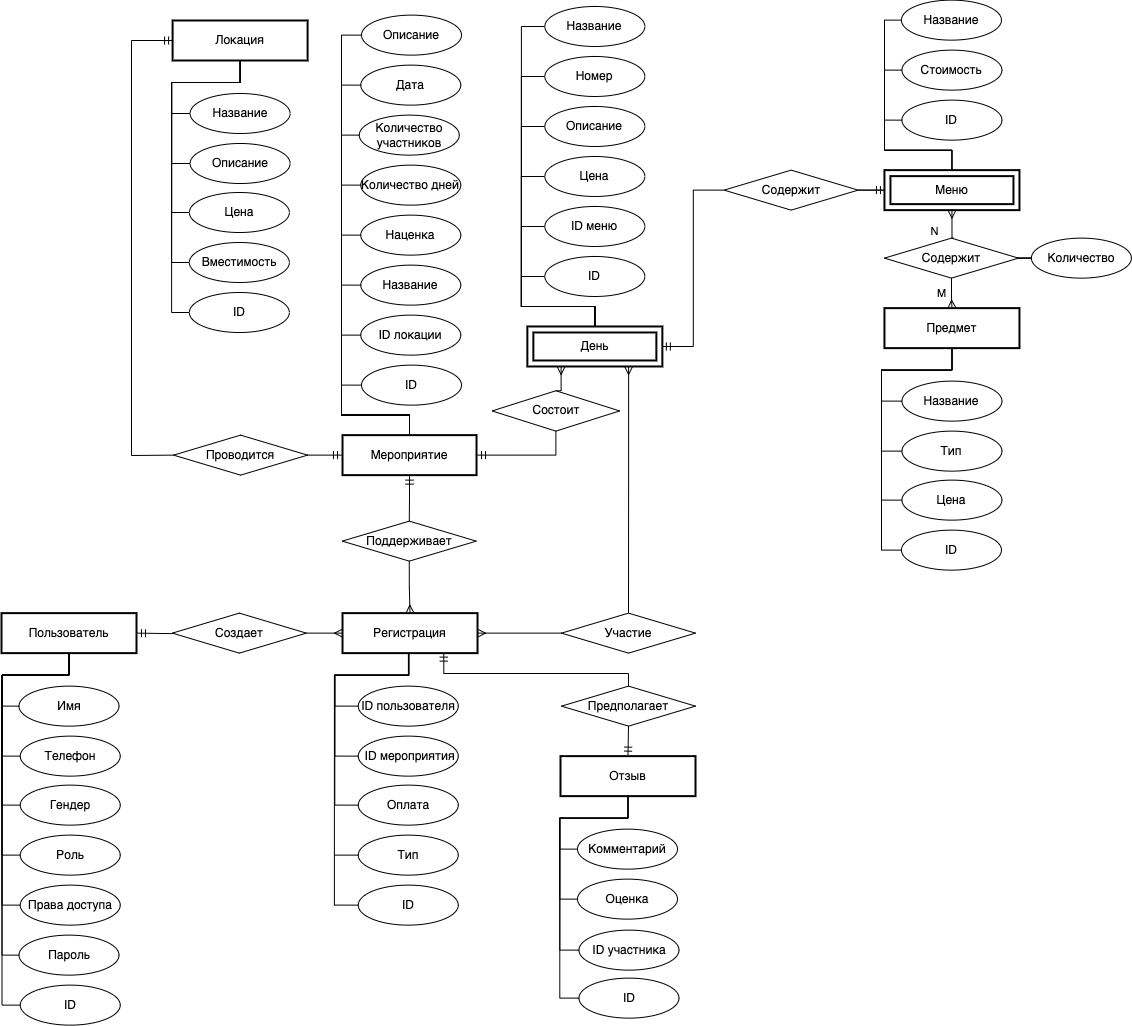
This is docs/database/v1/images/er.png from Kori-Tamashi/Eventor, a draw.io export, as it was before one commit. Source tidied: cells renumbered, new cells last; positions are measured from the earlier drawing's top-left corner, leaving out a move shared by most shapes.
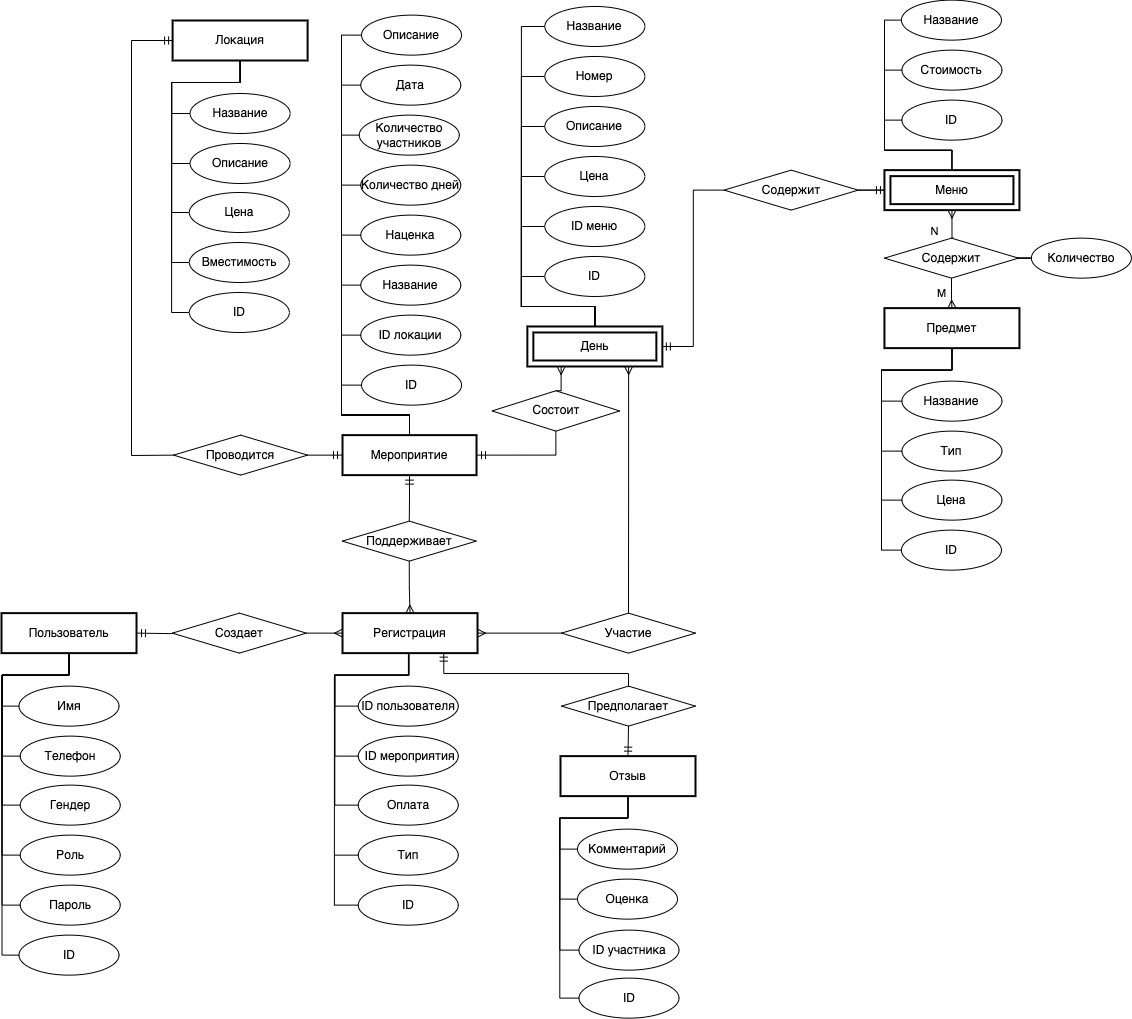
After the commit.

Change to the diagram source:
```diff
@@ -178,15 +178,6 @@
         </Array>
       </mxGeometry>
     </mxCell>
-    <mxCell id="35" style="edgeStyle=orthogonalEdgeStyle;rounded=0;jettySize=auto;html=1;entryX=0;entryY=0.5;entryDx=0;entryDy=0;endArrow=none;endFill=0;" parent="1" edge="1" source="42" target="49">
-      <mxGeometry relative="1" as="geometry">
-        <Array as="points">
-          <mxPoint x="67.5" y="674.6" />
-          <mxPoint x="0.5" y="674.6" />
-          <mxPoint x="0.5" y="1004.6" />
-        </Array>
-      </mxGeometry>
-    </mxCell>
     <mxCell id="36" style="edgeStyle=orthogonalEdgeStyle;rounded=0;jettySize=auto;html=1;entryX=0;entryY=0.5;entryDx=0;entryDy=0;endArrow=none;endFill=0;" parent="1" edge="1" source="42" target="48">
       <mxGeometry relative="1" as="geometry">
         <Array as="points">
@@ -256,15 +247,12 @@
     <mxCell id="46" value="Роль" style="ellipse;whiteSpace=wrap;html=1;align=center;" parent="1" vertex="1">
       <mxGeometry x="18.7" y="834.6" width="100" height="40" as="geometry" />
     </mxCell>
-    <mxCell id="47" value="Права доступа" style="ellipse;whiteSpace=wrap;html=1;align=center;" parent="1" vertex="1">
+    <mxCell id="47" value="Пароль" style="ellipse;whiteSpace=wrap;html=1;align=center;" parent="1" vertex="1">
       <mxGeometry x="18.7" y="884.6" width="100" height="40" as="geometry" />
     </mxCell>
-    <mxCell id="48" value="Пароль" style="ellipse;whiteSpace=wrap;html=1;align=center;" parent="1" vertex="1">
+    <mxCell id="48" value="ID" style="ellipse;whiteSpace=wrap;html=1;align=center;" parent="1" vertex="1">
       <mxGeometry x="17.5" y="934.6" width="100" height="40" as="geometry" />
     </mxCell>
-    <mxCell id="49" value="ID" style="ellipse;whiteSpace=wrap;html=1;align=center;" parent="1" vertex="1">
-      <mxGeometry x="18.7" y="984.6" width="100" height="40" as="geometry" />
-    </mxCell>
     <mxCell id="50" style="edgeStyle=orthogonalEdgeStyle;rounded=0;jettySize=auto;html=1;entryX=0;entryY=0.5;entryDx=0;entryDy=0;endArrow=none;endFill=0;" parent="1" edge="1" source="55" target="58">
       <mxGeometry relative="1" as="geometry">
         <Array as="points">
```
